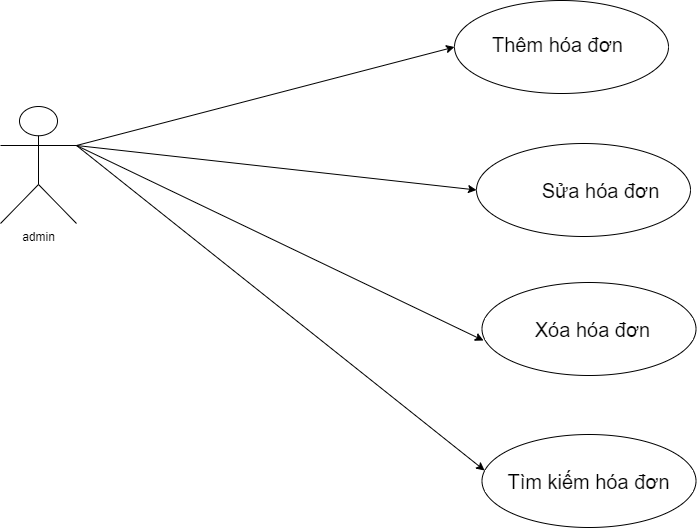
Above: 4drawio.png in dungvu242k3/JAVA (draw.io), before the change. Source tidied: cells renumbered, new cells last; positions are measured from the earlier drawing's top-left corner, leaving out a move shared by most shapes.
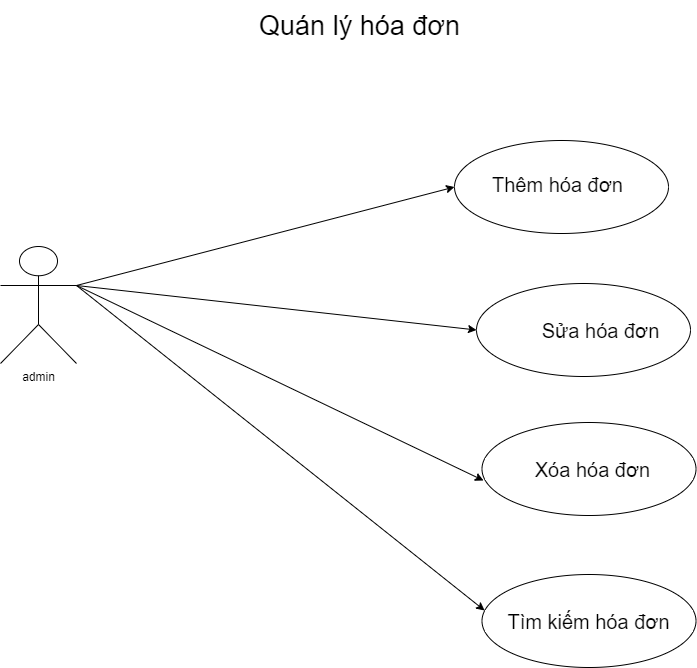
The same file after the commit.

Commit message:
Cập nhật 4drawio.png

Change to the diagram source:
```diff
@@ -41,5 +41,8 @@
     <mxCell id="14" value="&lt;font style=&quot;font-size: 20px;&quot;&gt;Tìm kiếm hóa đơn&lt;/font&gt;" style="text;html=1;align=center;verticalAlign=middle;whiteSpace=wrap;rounded=0;" parent="1" vertex="1">
       <mxGeometry x="493" y="450" width="191" height="61" as="geometry" />
     </mxCell>
+    <mxCell id="15" value="&lt;font style=&quot;font-size: 27px;&quot;&gt;Quán lý hóa đơn&lt;/font&gt;" style="text;html=1;align=center;verticalAlign=middle;whiteSpace=wrap;rounded=0;" parent="1" vertex="1">
+      <mxGeometry x="181" y="-140" width="357" height="52" as="geometry" />
+    </mxCell>
   </root>
 </mxGraphModel>
```
